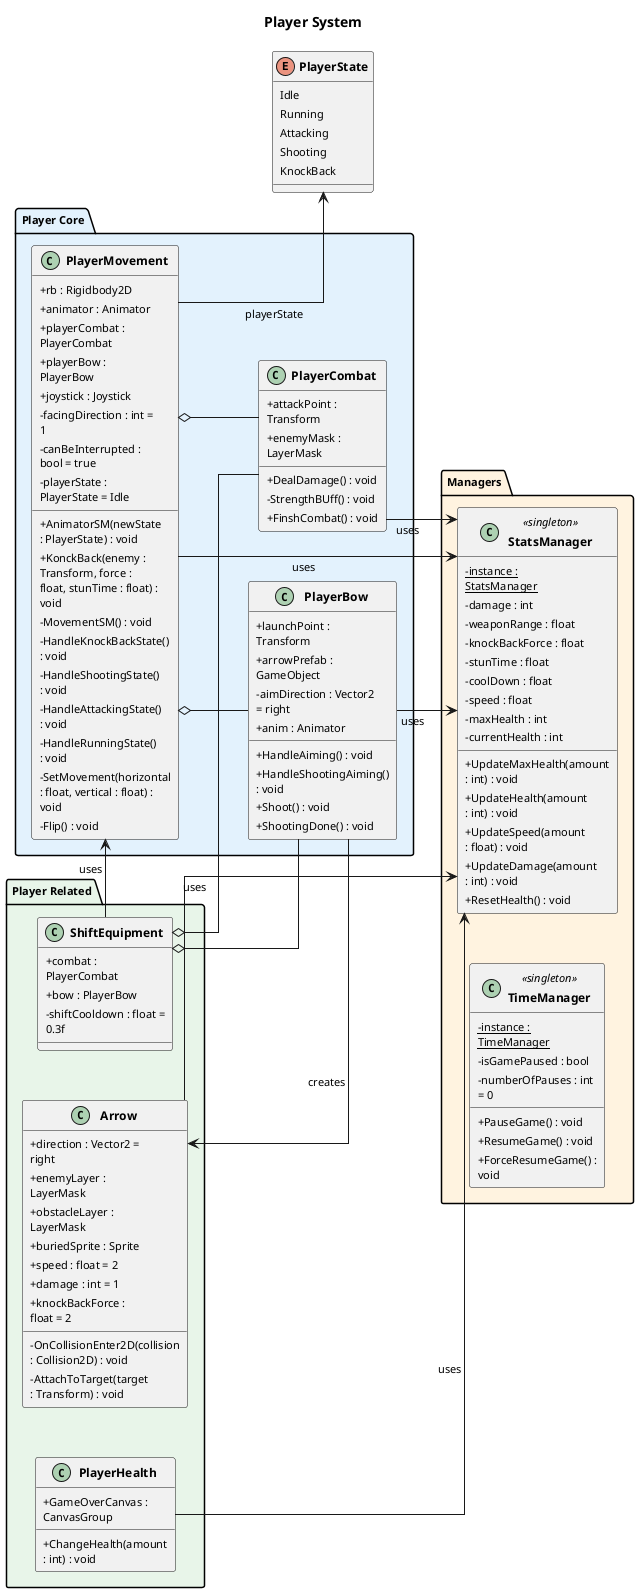
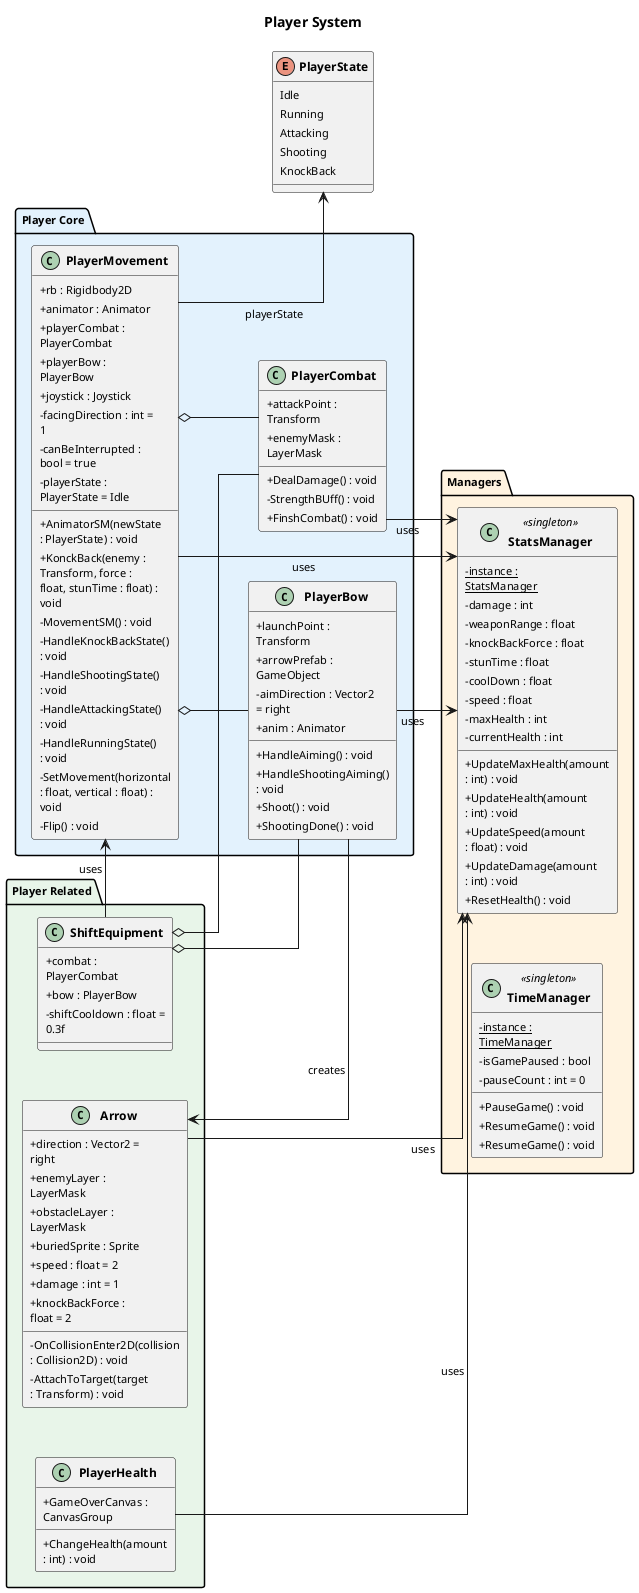
@startuml Player_System

left to right direction

skinparam linetype ortho
skinparam nodesep 50
skinparam ranksep 60
skinparam classAttributeIconSize 0
skinparam defaultFontSize 11
skinparam classFontSize 12
skinparam classFontStyle bold
skinparam padding 2
skinparam wrapWidth 120

title Player System

enum PlayerState {
    Idle
    Running
    Attacking
    Shooting
    KnockBack
}

package "Managers" #FFF3E0 {
    class StatsManager <<singleton>> {
        - {static} instance : StatsManager
        - damage : int
        - weaponRange : float
        - knockBackForce : float
        - stunTime : float
        - coolDown : float
        - speed : float
        - maxHealth : int
        - currentHealth : int
        + UpdateMaxHealth(amount : int) : void
        + UpdateHealth(amount : int) : void
        + UpdateSpeed(amount : float) : void
        + UpdateDamage(amount : int) : void
        + ResetHealth() : void
    }

    class TimeManager <<singleton>> {
        - {static} instance : TimeManager
        - isGamePaused : bool
-         - numberOfPauses : int = 0
+         - pauseCount : int = 0
        + PauseGame() : void
        + ResumeGame() : void
-         + ForceResumeGame() : void
+         + ResumeGame() : void
    }
}

package "Player Core" #E3F2FD {
    class PlayerMovement {
        + rb : Rigidbody2D
        + animator : Animator
        + playerCombat : PlayerCombat
        + playerBow : PlayerBow
        + joystick : Joystick
        - facingDirection : int = 1
        - canBeInterrupted : bool = true
        - playerState : PlayerState = Idle
        + AnimatorSM(newState : PlayerState) : void
        + KonckBack(enemy : Transform, force : float, stunTime : float) : void
        - MovementSM() : void
        - HandleKnockBackState() : void
        - HandleShootingState() : void
        - HandleAttackingState() : void
        - HandleRunningState() : void
        - SetMovement(horizontal : float, vertical : float) : void
        - Flip() : void
    }

    class PlayerCombat {
        + attackPoint : Transform
        + enemyMask : LayerMask
        + DealDamage() : void
        - StrengthBUff() : void
        + FinshCombat() : void
    }

    class PlayerBow {
        + launchPoint : Transform
        + arrowPrefab : GameObject
        - aimDirection : Vector2 = right
        + anim : Animator
        + HandleAiming() : void
        + HandleShootingAiming() : void
        + Shoot() : void
        + ShootingDone() : void
    }
}

package "Player Related" #E8F5E9 {
    class PlayerHealth {
        + GameOverCanvas : CanvasGroup
        + ChangeHealth(amount : int) : void
    }

    class ShiftEquipment {
        + combat : PlayerCombat
        + bow : PlayerBow
        - shiftCooldown : float = 0.3f
    }

    class Arrow {
        + direction : Vector2 = right
        + enemyLayer : LayerMask
        + obstacleLayer : LayerMask
        + buriedSprite : Sprite
        + speed : float = 2
        + damage : int = 1
        + knockBackForce : float = 2
        - OnCollisionEnter2D(collision : Collision2D) : void
        - AttachToTarget(target : Transform) : void
    }
}

PlayerMovement --> PlayerState : playerState
PlayerMovement o-- PlayerCombat
PlayerMovement o-- PlayerBow
PlayerMovement --> StatsManager : uses
PlayerCombat --> StatsManager : uses
PlayerBow --> StatsManager : uses
PlayerBow --> Arrow : creates
ShiftEquipment o-- PlayerCombat
ShiftEquipment o-- PlayerBow
ShiftEquipment --> PlayerMovement : uses
PlayerHealth --> StatsManager : uses
Arrow --> StatsManager : uses

@enduml
